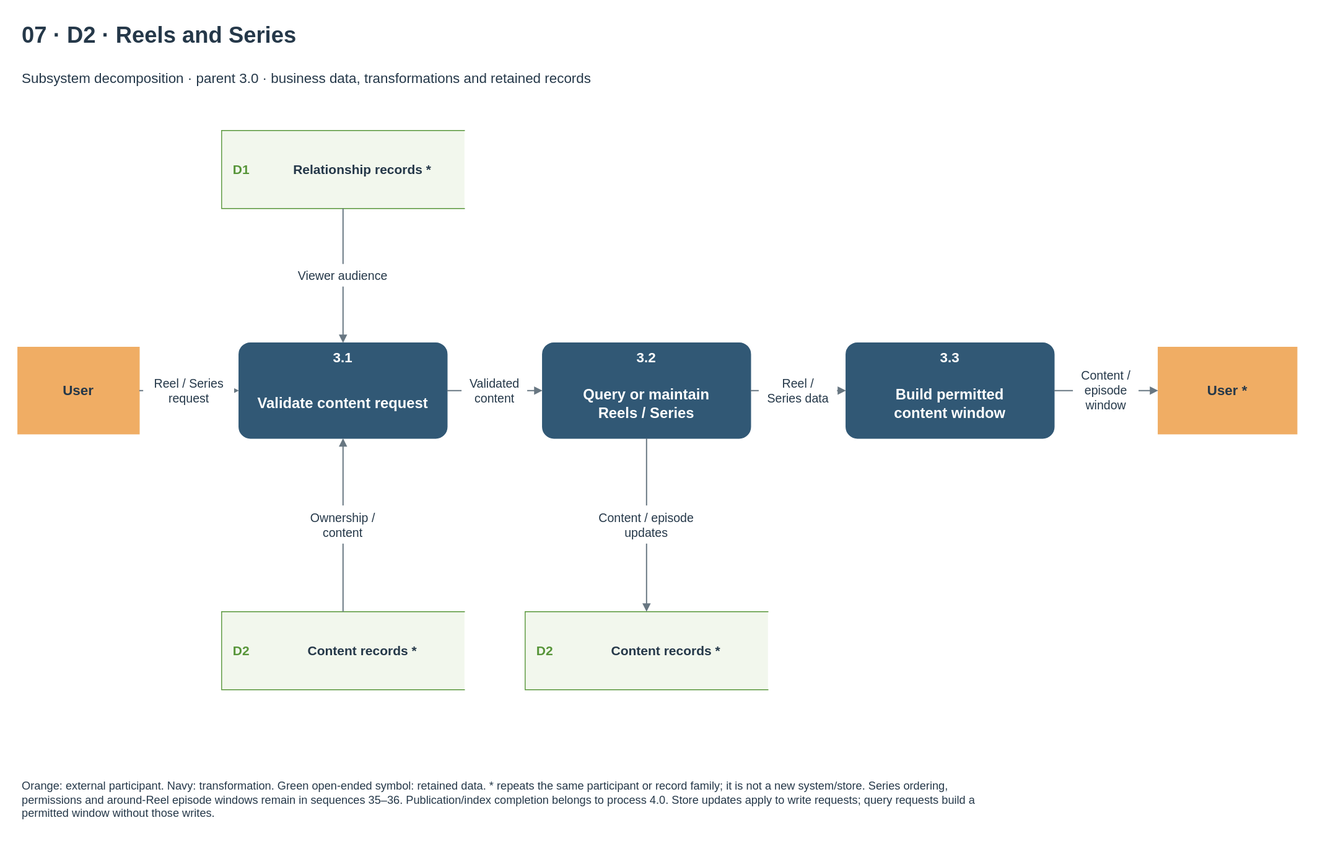
This is docs/diagrams/velora-current/importable-svg/07-dfd-content.drawio.svg from HieuCuteDangYeu/velora-backend, a draw.io export, as it was before one commit. Source tidied: cells renumbered, new cells last; positions are measured from the earlier drawing's top-left corner, leaving out a move shared by most shapes.
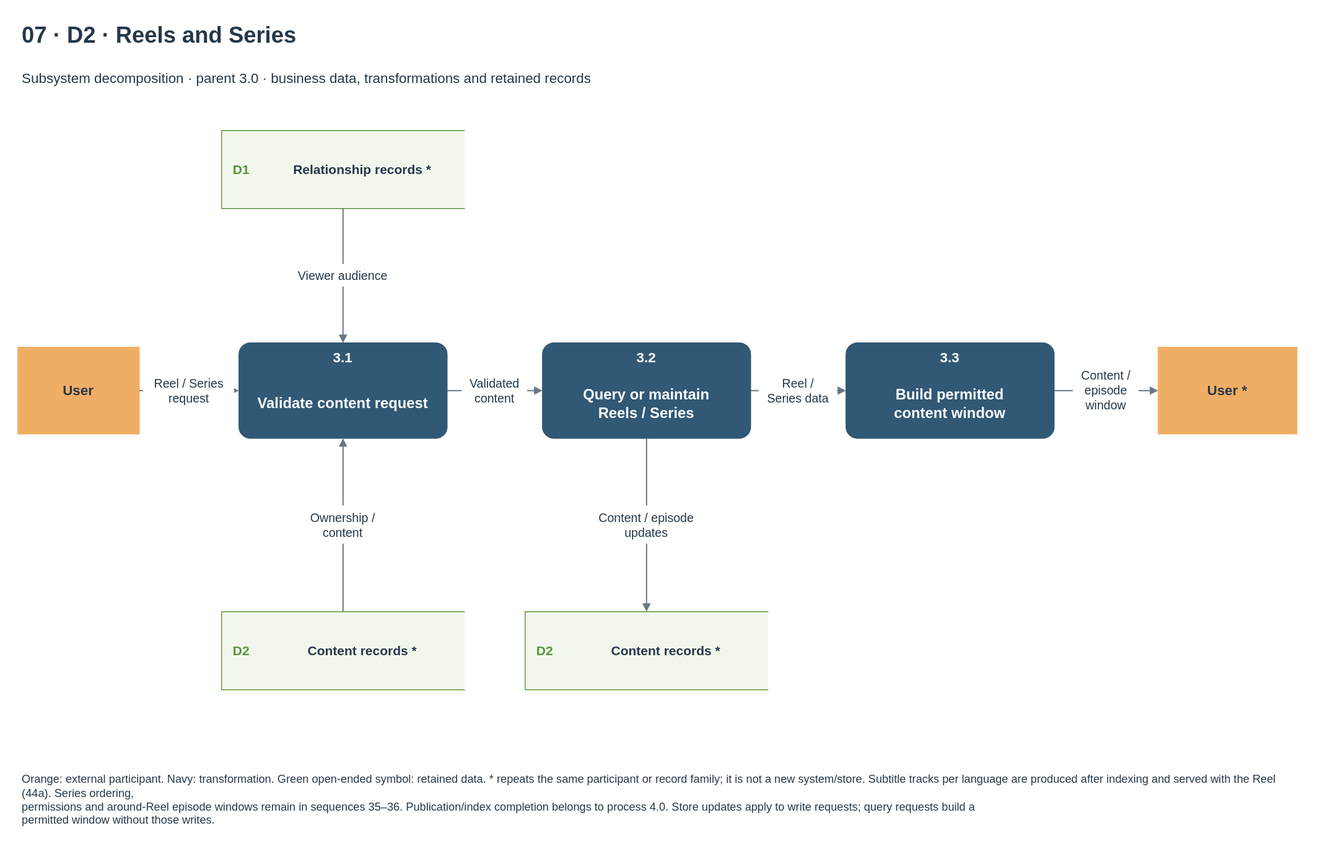
Above is the later version.

Change to the diagram source:
```diff
@@ -137,7 +137,7 @@
     <mxCell id="46" value="Content / episode&lt;br&gt;updates" style="text;html=1;whiteSpace=wrap;fontFamily=Arial;fontSize=14;fontColor=#253849;fontStyle=0;align=center;verticalAlign=middle;spacing=0;" parent="1" vertex="1">
       <mxGeometry x="658" y="563" width="134.1" height="44" as="geometry" />
     </mxCell>
-    <mxCell id="47" value="Orange: external participant. Navy: transformation. Green open-ended symbol: retained data. * repeats the same participant or record family; it is not a new system/store. Series ordering,&lt;br&gt;permissions and around-Reel episode windows remain in sequences 35–36. Publication/index completion belongs to process 4.0. Store updates apply to write requests; query requests build a&lt;br&gt;permitted window without those writes." style="text;html=1;whiteSpace=wrap;fontFamily=Arial;fontSize=13;fontColor=#253849;fontStyle=0;align=left;verticalAlign=middle;spacing=0;" parent="1" vertex="1">
+    <mxCell id="47" value="Orange: external participant. Navy: transformation. Green open-ended symbol: retained data. * repeats the same participant or record family; it is not a new system/store. Subtitle tracks per language are produced after indexing and served with the Reel (44a). Series ordering,&lt;br&gt;permissions and around-Reel episode windows remain in sequences 35–36. Publication/index completion belongs to process 4.0. Store updates apply to write requests; query requests build a&lt;br&gt;permitted window without those writes." style="text;html=1;whiteSpace=wrap;fontFamily=Arial;fontSize=13;fontColor=#253849;fontStyle=0;align=left;verticalAlign=middle;spacing=0;" parent="1" vertex="1">
       <mxGeometry x="5" y="865" width="1460" height="74" as="geometry" />
     </mxCell>
   </root>
```
